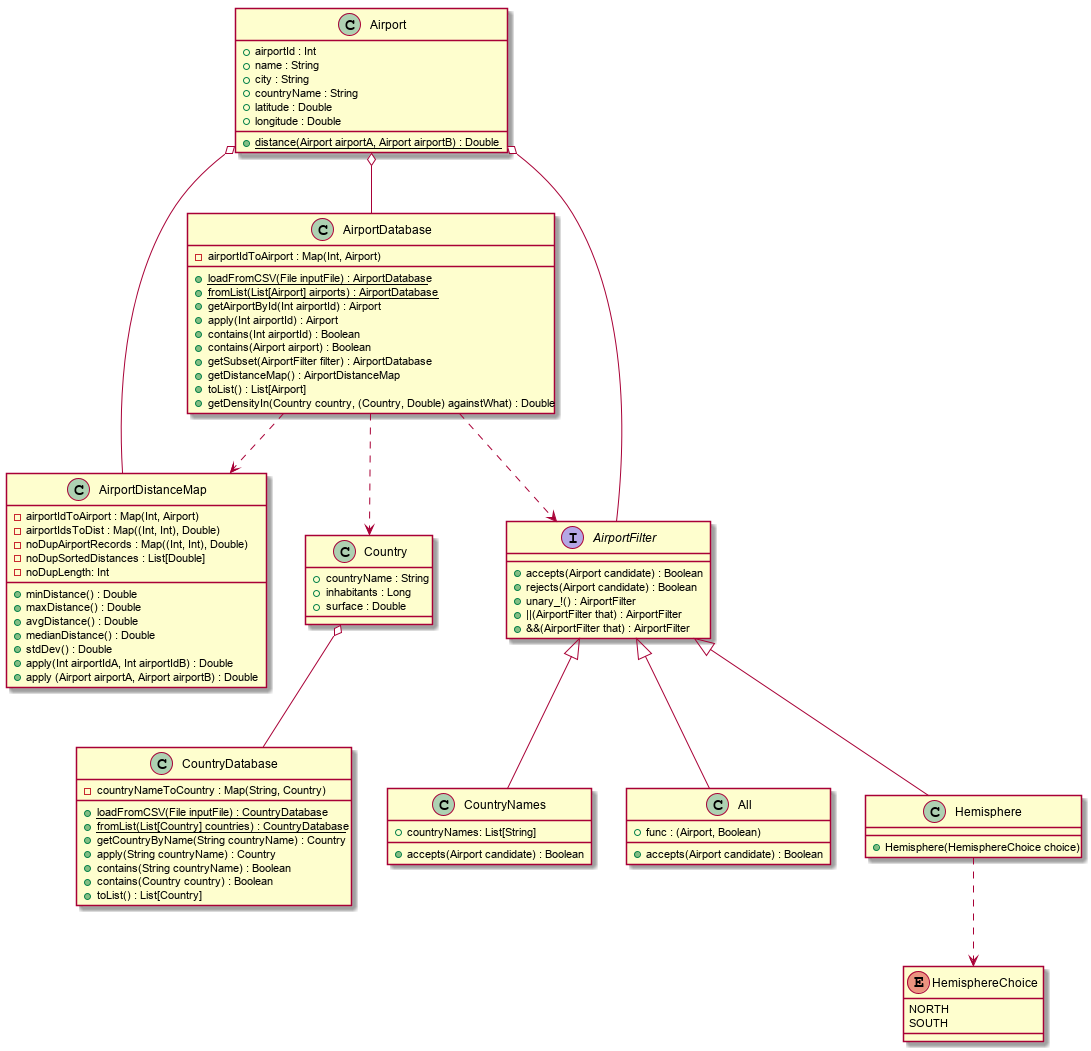
Before: resources/Diagramme_De_Classe.png, a diagram exported from PlantUML (pBouillon/OpenFlightStatistics).
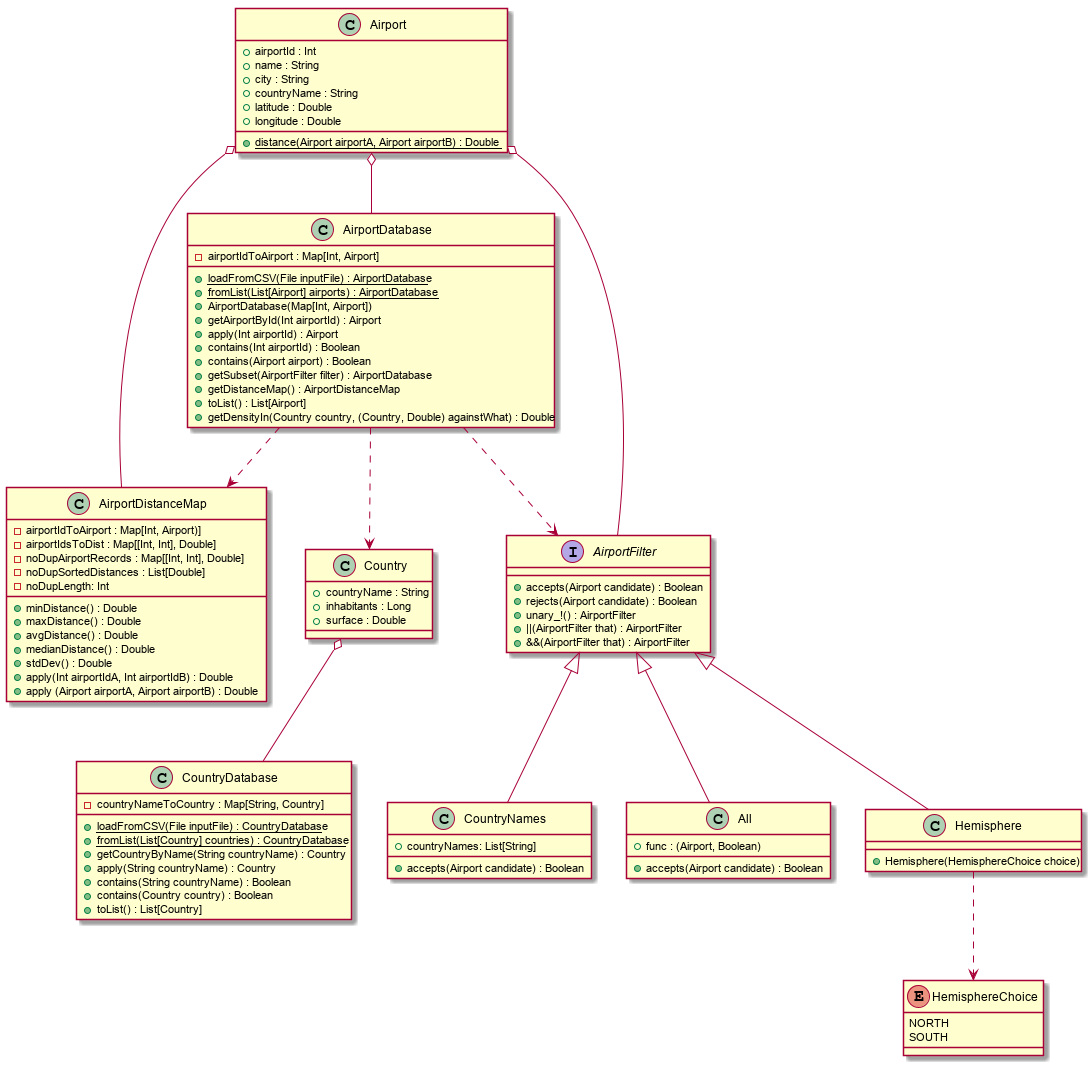
After the commit.

Commit message:
Conservation de la cohérence dans les maps

Change to the diagram source:
```diff
@@ -11,9 +11,10 @@
 }
 
 class AirportDatabase {
-	{field} - airportIdToAirport : Map(Int, Airport)
+	{field} - airportIdToAirport : Map[Int, Airport]
 	+ {static} loadFromCSV(File inputFile) : AirportDatabase
 	+ {static} fromList(List[Airport] airports) : AirportDatabase
+	+ AirportDatabase(Map[Int, Airport])
 	+ getAirportById(Int airportId) : Airport
 	+ apply(Int airportId) : Airport
 	+ contains(Int airportId) : Boolean
@@ -25,9 +26,9 @@
 }
 
 class AirportDistanceMap {
-	{field} - airportIdToAirport : Map(Int, Airport)
-	{field} - airportIdsToDist : Map((Int, Int), Double)
-	{field} - noDupAirportRecords : Map((Int, Int), Double)
+	{field} - airportIdToAirport : Map[Int, Airport)]
+	{field} - airportIdsToDist : Map[[Int, Int], Double]
+	{field} - noDupAirportRecords : Map[[Int, Int], Double]
 	{field} - noDupSortedDistances : List[Double]
 	{field} - noDupLength: Int
 	+ minDistance() : Double
@@ -46,7 +47,7 @@
 }
 
 class CountryDatabase {
-	{field} - countryNameToCountry : Map(String, Country)
+	{field} - countryNameToCountry : Map[String, Country]
 	+ {static} loadFromCSV(File inputFile) : CountryDatabase
 	+ {static} fromList(List[Country] countries) : CountryDatabase
 	+ getCountryByName(String countryName) : Country
```
